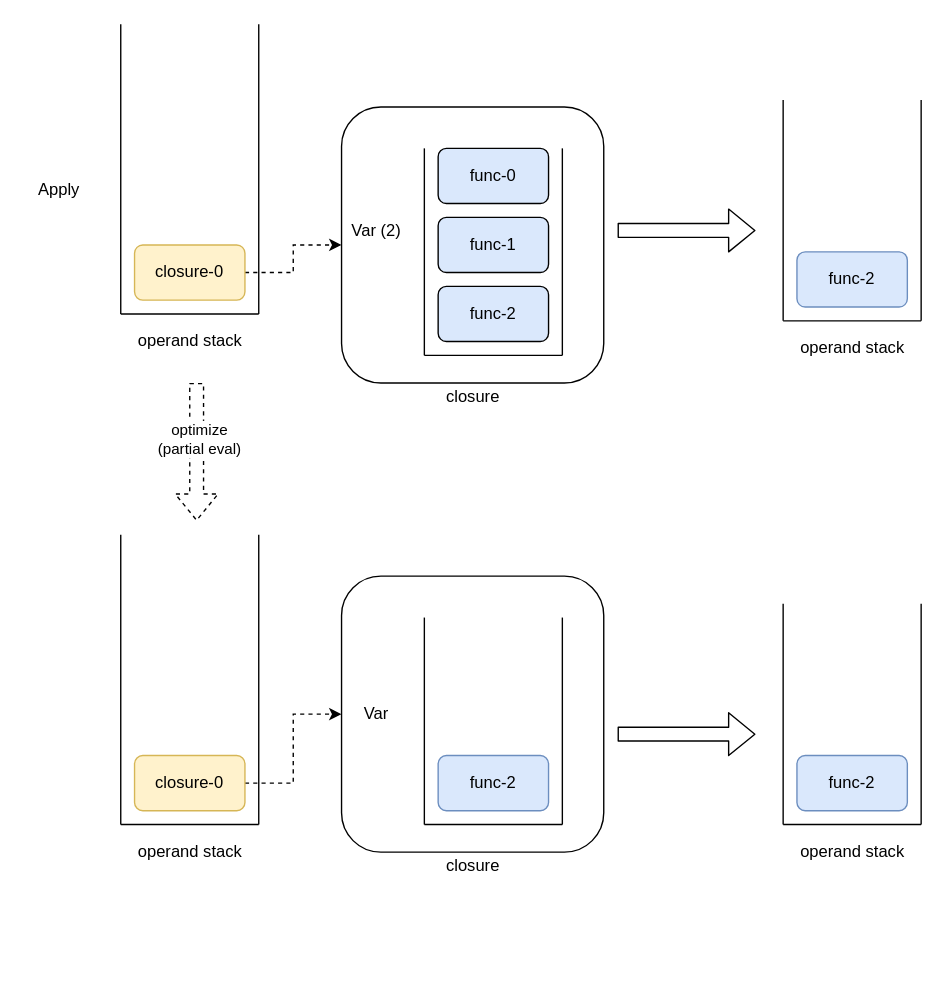
Before: page "Apply" (3 of 6) of opcodes.drawio in guitarvydas/ptblc, a draw.io diagram. Source tidied: cells renumbered, new cells numbered last; positions are measured from the earlier drawing's top-left corner, leaving out a move shared by most shapes. Both pictures are drawn from the tidied source at 138%, with x=0, y=0 at pixel (23, 23).
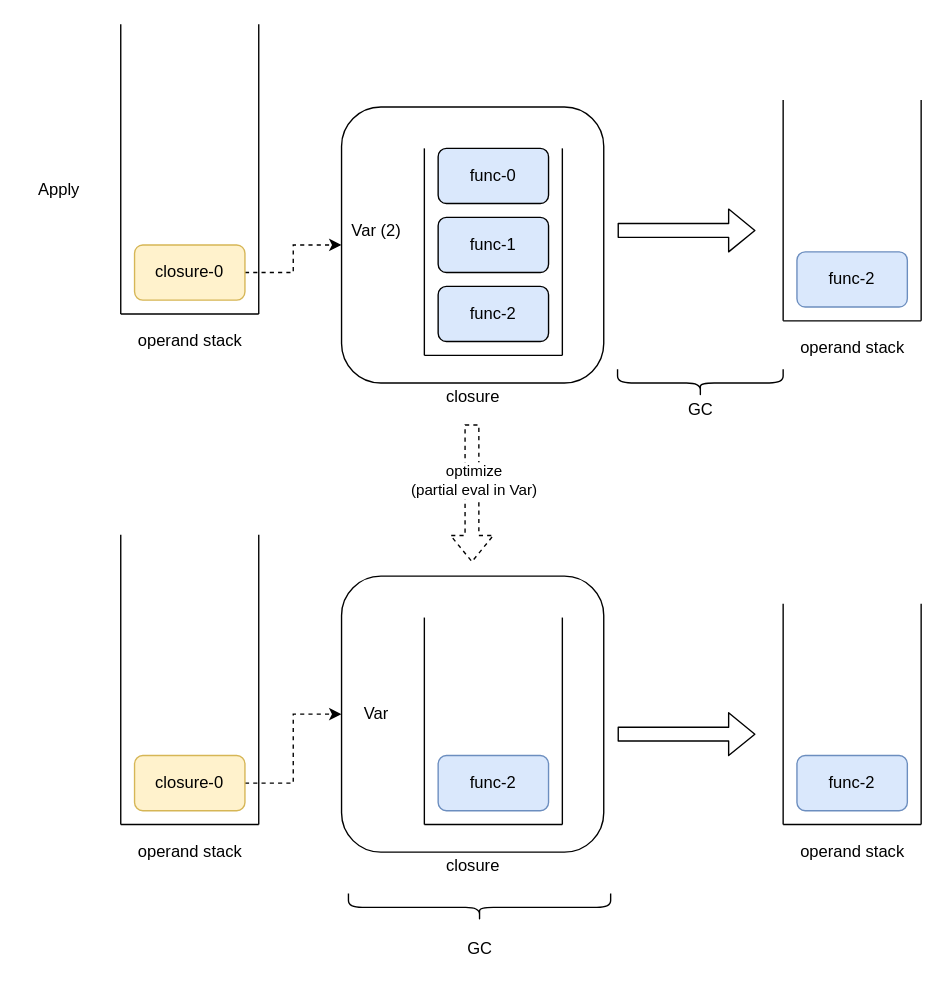
Above is the later version.

What changed in the source:
```diff
@@
     <mxCell id="15" style="shape=flexArrow;endArrow=classic;html=1;dashed=1;" parent="1" edge="1">
       <mxGeometry relative="1" as="geometry">
-        <mxPoint x="125" y="260" as="sourcePoint" />
-        <mxPoint x="125" y="360" as="targetPoint" />
+        <mxPoint x="324.5" y="290" as="sourcePoint" />
+        <mxPoint x="324.5" y="390" as="targetPoint" />
       </mxGeometry>
     </mxCell>
-    <mxCell id="16" value="optimize&lt;br&gt;(partial eval)" style="edgeLabel;html=1;align=center;verticalAlign=middle;" parent="15" vertex="1">
+    <mxCell id="16" value="optimize&lt;br&gt;(partial eval in Var)" style="edgeLabel;html=1;align=center;verticalAlign=middle;" parent="15" vertex="1">
       <mxGeometry x="0.16" y="1" relative="1" as="geometry">
         <mxPoint y="-18" as="offset" />
       </mxGeometry>
     </mxCell>
@@
+    <mxCell id="45" style="shape=curlyBracket;whiteSpace=wrap;html=1;rounded=1;rotation=-90;" parent="1" vertex="1">
+      <mxGeometry x="480" y="200" width="20" height="120" as="geometry" />
+    </mxCell>
+    <mxCell id="46" value="GC" style="text;html=1;align=center;verticalAlign=middle;strokeColor=none;" parent="1" vertex="1">
+      <mxGeometry x="475" y="270" width="30" height="20" as="geometry" />
+    </mxCell>
+    <mxCell id="47" style="shape=curlyBracket;whiteSpace=wrap;html=1;rounded=1;rotation=-90;" parent="1" vertex="1">
+      <mxGeometry x="320" y="545" width="20" height="190" as="geometry" />
+    </mxCell>
+    <mxCell id="48" value="GC" style="text;html=1;align=center;verticalAlign=middle;strokeColor=none;" parent="1" vertex="1">
+      <mxGeometry x="315" y="660" width="30" height="20" as="geometry" />
+    </mxCell>
```
